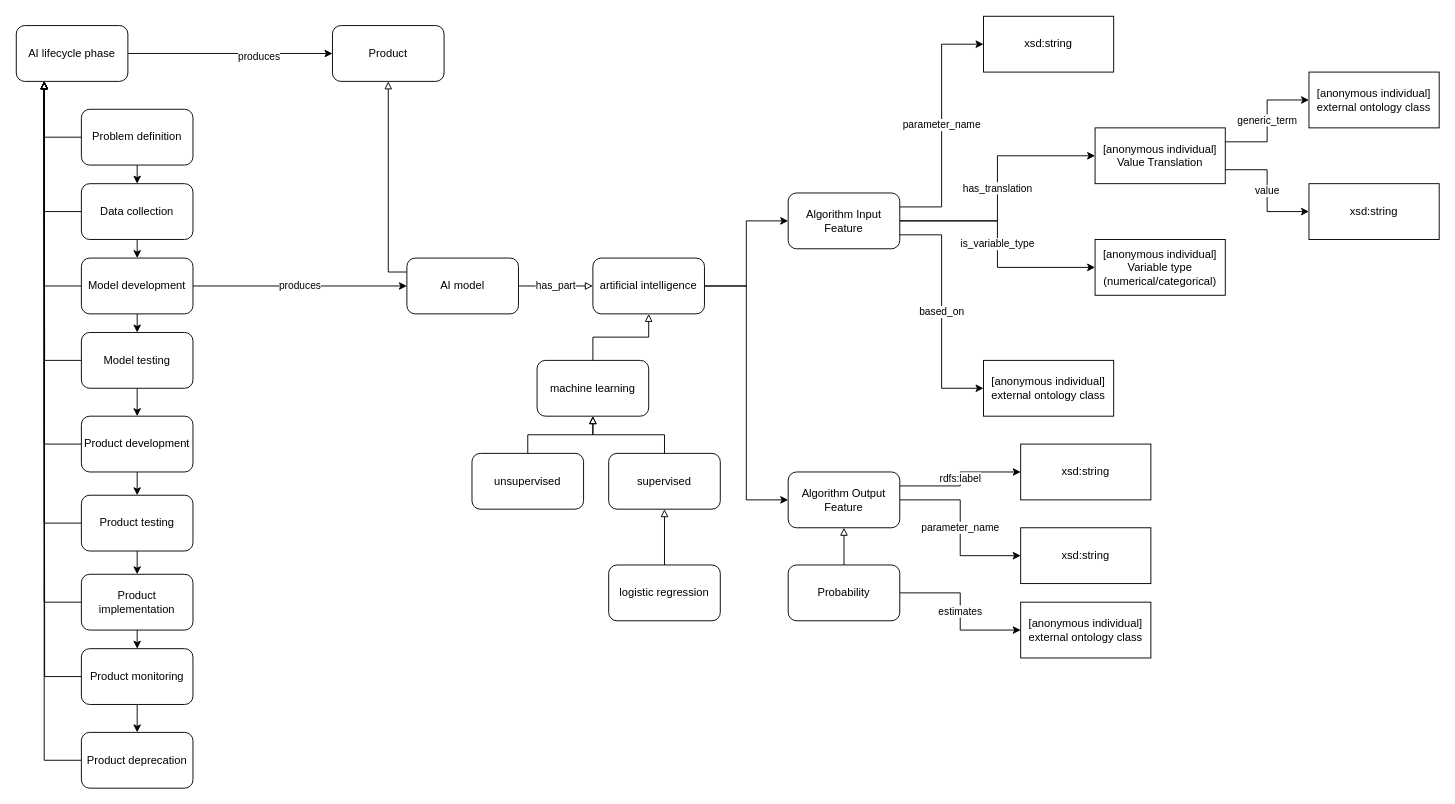
MaastrichtU-BISS/FAIRmodels keeps this draw.io diagram as vocabulary/visualisation.drawio. Above is the earlier version. Source tidied: cells renumbered, new cells numbered last; positions are measured from the earlier drawing's top-left corner, leaving out a move shared by most shapes. Both pictures are drawn from the tidied source at 93%, with x=0, y=0 at pixel (16, 16).
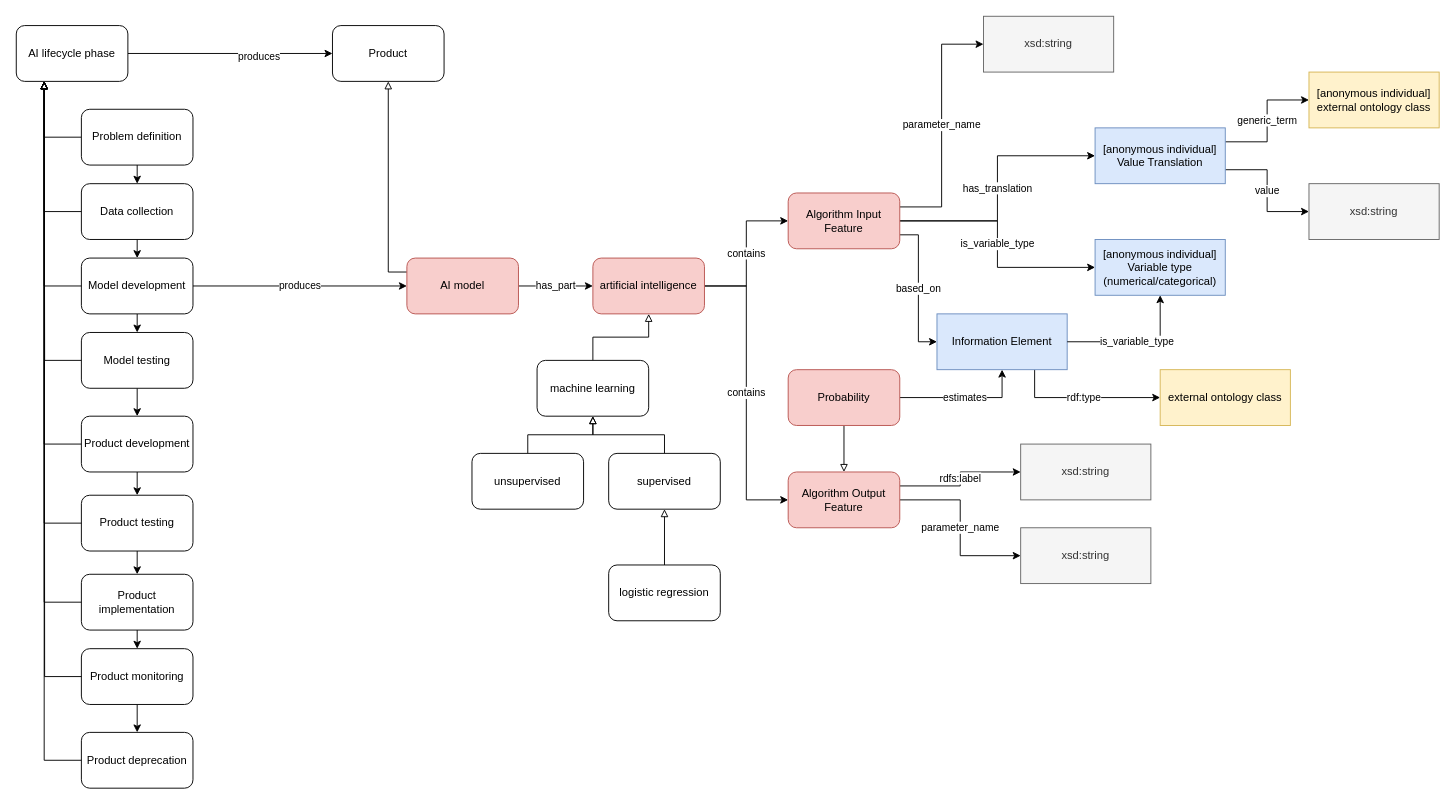
Above is the later version.

The edit, as a diff of the source:
```diff
@@
-    <mxCell id="34" value="has_part" style="edgeStyle=orthogonalEdgeStyle;rounded=0;jettySize=auto;html=1;exitX=1;exitY=0.5;exitDx=0;exitDy=0;entryX=0;entryY=0.5;entryDx=0;entryDy=0;endArrow=block;endFill=0;" parent="1" edge="1" source="35" target="38">
+    <mxCell id="34" value="has_part" style="edgeStyle=orthogonalEdgeStyle;rounded=0;jettySize=auto;html=1;exitX=1;exitY=0.5;exitDx=0;exitDy=0;entryX=0;entryY=0.5;entryDx=0;entryDy=0;endArrow=classic;endFill=1;" parent="1" edge="1" source="35" target="38">
       <mxGeometry relative="1" as="geometry" />
     </mxCell>
-    <mxCell id="35" value="AI model" style="rounded=1;whiteSpace=wrap;html=1;" parent="1" vertex="1">
+    <mxCell id="35" value="AI model" style="rounded=1;whiteSpace=wrap;html=1;fillColor=#f8cecc;strokeColor=#b85450;" parent="1" vertex="1">
       <mxGeometry x="420" y="260" width="120" height="60" as="geometry" />
     </mxCell>
-    <mxCell id="36" style="edgeStyle=orthogonalEdgeStyle;rounded=0;jettySize=auto;html=1;exitX=1;exitY=0.5;exitDx=0;exitDy=0;entryX=0;entryY=0.5;entryDx=0;entryDy=0;endArrow=classic;endFill=1;" parent="1" edge="1" source="38" target="43">
+    <mxCell id="36" value="contains" style="edgeStyle=orthogonalEdgeStyle;rounded=0;jettySize=auto;html=1;exitX=1;exitY=0.5;exitDx=0;exitDy=0;entryX=0;entryY=0.5;entryDx=0;entryDy=0;endArrow=classic;endFill=1;" parent="1" edge="1" source="38" target="43">
       <mxGeometry relative="1" as="geometry" />
     </mxCell>
-    <mxCell id="37" style="edgeStyle=orthogonalEdgeStyle;rounded=0;jettySize=auto;html=1;exitX=1;exitY=0.5;exitDx=0;exitDy=0;entryX=0;entryY=0.5;entryDx=0;entryDy=0;endArrow=classic;endFill=1;" parent="1" edge="1" source="38" target="46">
+    <mxCell id="37" value="contains" style="edgeStyle=orthogonalEdgeStyle;rounded=0;jettySize=auto;html=1;exitX=1;exitY=0.5;exitDx=0;exitDy=0;entryX=0;entryY=0.5;entryDx=0;entryDy=0;endArrow=classic;endFill=1;" parent="1" edge="1" source="38" target="46">
       <mxGeometry relative="1" as="geometry" />
     </mxCell>
-    <mxCell id="38" value="artificial intelligence" style="rounded=1;whiteSpace=wrap;html=1;" parent="1" vertex="1">
+    <mxCell id="38" value="artificial intelligence" style="rounded=1;whiteSpace=wrap;html=1;fillColor=#f8cecc;strokeColor=#b85450;" parent="1" vertex="1">
       <mxGeometry x="620" y="260" width="120" height="60" as="geometry" />
     </mxCell>
@@
-    <mxCell id="43" value="Algorithm Input Feature" style="rounded=1;whiteSpace=wrap;html=1;" parent="1" vertex="1">
+    <mxCell id="43" value="Algorithm Input Feature" style="rounded=1;whiteSpace=wrap;html=1;fillColor=#f8cecc;strokeColor=#b85450;" parent="1" vertex="1">
       <mxGeometry x="830" y="190" width="120" height="60" as="geometry" />
     </mxCell>
@@
-    <mxCell id="46" value="Algorithm Output Feature" style="rounded=1;whiteSpace=wrap;html=1;" parent="1" vertex="1">
+    <mxCell id="46" value="Algorithm Output Feature" style="rounded=1;whiteSpace=wrap;html=1;fillColor=#f8cecc;strokeColor=#b85450;" parent="1" vertex="1">
       <mxGeometry x="830" y="490" width="120" height="60" as="geometry" />
     </mxCell>
+    <mxCell id="69" value="rdf:type" style="edgeStyle=orthogonalEdgeStyle;rounded=0;jettySize=auto;html=1;exitX=0.75;exitY=1;exitDx=0;exitDy=0;entryX=0;entryY=0.5;entryDx=0;entryDy=0;" parent="1" edge="1" source="47" target="71">
+      <mxGeometry relative="1" as="geometry" />
+    </mxCell>
-    <mxCell id="47" value="[anonymous individual]&lt;br&gt;external ontology class" style="rounded=0;whiteSpace=wrap;html=1;" parent="1" vertex="1">
-      <mxGeometry x="1040" y="370" width="140" height="60" as="geometry" />
+    <mxCell id="47" value="Information Element" style="rounded=0;whiteSpace=wrap;html=1;fillColor=#dae8fc;strokeColor=#6c8ebf;" parent="1" vertex="1">
+      <mxGeometry x="990" y="320" width="140" height="60" as="geometry" />
     </mxCell>
-    <mxCell id="48" value="[anonymous individual]&lt;br&gt;Variable type&lt;br&gt;(numerical/categorical)" style="rounded=0;whiteSpace=wrap;html=1;" parent="1" vertex="1">
+    <mxCell id="48" value="[anonymous individual]&lt;br&gt;Variable type&lt;br&gt;(numerical/categorical)" style="rounded=0;whiteSpace=wrap;html=1;fillColor=#dae8fc;strokeColor=#6c8ebf;" parent="1" vertex="1">
       <mxGeometry x="1160" y="240" width="140" height="60" as="geometry" />
     </mxCell>
-    <mxCell id="49" value="xsd:string" style="rounded=0;whiteSpace=wrap;html=1;" parent="1" vertex="1">
+    <mxCell id="49" value="xsd:string" style="rounded=0;whiteSpace=wrap;html=1;fillColor=#f5f5f5;fontColor=#333333;strokeColor=#666666;" parent="1" vertex="1">
       <mxGeometry x="1040" width="140" height="60" as="geometry" />
     </mxCell>
@@
-    <mxCell id="52" value="[anonymous individual]&lt;br&gt;Value Translation" style="rounded=0;whiteSpace=wrap;html=1;" parent="1" vertex="1">
+    <mxCell id="52" value="[anonymous individual]&lt;br&gt;Value Translation" style="rounded=0;whiteSpace=wrap;html=1;fillColor=#dae8fc;strokeColor=#6c8ebf;" parent="1" vertex="1">
       <mxGeometry x="1160" y="120" width="140" height="60" as="geometry" />
     </mxCell>
-    <mxCell id="53" value="[anonymous individual]&lt;br&gt;external ontology class" style="whiteSpace=wrap;html=1;rounded=0;" parent="1" vertex="1">
+    <mxCell id="53" value="[anonymous individual]&lt;br&gt;external ontology class" style="whiteSpace=wrap;html=1;rounded=0;fillColor=#fff2cc;strokeColor=#d6b656;" parent="1" vertex="1">
       <mxGeometry x="1390" y="60" width="140" height="60" as="geometry" />
     </mxCell>
-    <mxCell id="54" value="xsd:string" style="rounded=0;whiteSpace=wrap;html=1;" parent="1" vertex="1">
+    <mxCell id="54" value="xsd:string" style="rounded=0;whiteSpace=wrap;html=1;fillColor=#f5f5f5;fontColor=#333333;strokeColor=#666666;" parent="1" vertex="1">
       <mxGeometry x="1390" y="180" width="140" height="60" as="geometry" />
     </mxCell>
-    <mxCell id="55" value="xsd:string" style="rounded=0;whiteSpace=wrap;html=1;" parent="1" vertex="1">
+    <mxCell id="55" value="xsd:string" style="rounded=0;whiteSpace=wrap;html=1;fillColor=#f5f5f5;fontColor=#333333;strokeColor=#666666;" parent="1" vertex="1">
       <mxGeometry x="1080" y="460" width="140" height="60" as="geometry" />
     </mxCell>
-    <mxCell id="56" value="xsd:string" style="rounded=0;whiteSpace=wrap;html=1;" parent="1" vertex="1">
+    <mxCell id="56" value="xsd:string" style="rounded=0;whiteSpace=wrap;html=1;fillColor=#f5f5f5;fontColor=#333333;strokeColor=#666666;" parent="1" vertex="1">
       <mxGeometry x="1080" y="550" width="140" height="60" as="geometry" />
     </mxCell>
-    <mxCell id="57" value="[anonymous individual]&lt;br&gt;external ontology class" style="rounded=0;whiteSpace=wrap;html=1;" parent="1" vertex="1">
-      <mxGeometry x="1080" y="630" width="140" height="60" as="geometry" />
-    </mxCell>
-    <mxCell id="58" style="edgeStyle=orthogonalEdgeStyle;rounded=0;jettySize=auto;html=1;exitX=0.5;exitY=0;exitDx=0;exitDy=0;entryX=0.5;entryY=1;entryDx=0;entryDy=0;endArrow=block;endFill=0;" parent="1" edge="1" source="60" target="46">
+    <mxCell id="58" style="edgeStyle=orthogonalEdgeStyle;rounded=0;jettySize=auto;html=1;exitX=0.5;exitY=1;exitDx=0;exitDy=0;entryX=0.5;entryY=0;entryDx=0;entryDy=0;endArrow=block;endFill=0;" parent="1" edge="1" source="60" target="46">
       <mxGeometry relative="1" as="geometry" />
     </mxCell>
-    <mxCell id="59" value="estimates" style="edgeStyle=orthogonalEdgeStyle;rounded=0;jettySize=auto;html=1;exitX=1;exitY=0.5;exitDx=0;exitDy=0;entryX=0;entryY=0.5;entryDx=0;entryDy=0;" parent="1" edge="1" source="60" target="57">
+    <mxCell id="59" value="estimates" style="edgeStyle=orthogonalEdgeStyle;rounded=0;jettySize=auto;html=1;exitX=1;exitY=0.5;exitDx=0;exitDy=0;entryX=0.5;entryY=1;entryDx=0;entryDy=0;" parent="1" edge="1" source="60" target="47">
       <mxGeometry relative="1" as="geometry" />
     </mxCell>
-    <mxCell id="60" value="Probability" style="rounded=1;whiteSpace=wrap;html=1;" parent="1" vertex="1">
-      <mxGeometry x="830" y="590" width="120" height="60" as="geometry" />
+    <mxCell id="60" value="Probability" style="rounded=1;whiteSpace=wrap;html=1;fillColor=#f8cecc;strokeColor=#b85450;" parent="1" vertex="1">
+      <mxGeometry x="830" y="380" width="120" height="60" as="geometry" />
     </mxCell>
@@
+    <mxCell id="70" value="is_variable_type" style="edgeStyle=orthogonalEdgeStyle;rounded=0;jettySize=auto;html=1;exitX=1;exitY=0.5;exitDx=0;exitDy=0;entryX=0.5;entryY=1;entryDx=0;entryDy=0;endArrow=classic;endFill=1;" parent="1" edge="1" source="47" target="48">
+      <mxGeometry relative="1" as="geometry" />
+    </mxCell>
+    <mxCell id="71" value="external ontology class" style="rounded=0;whiteSpace=wrap;html=1;fillColor=#fff2cc;strokeColor=#d6b656;" parent="1" vertex="1">
+      <mxGeometry x="1230" y="380" width="140" height="60" as="geometry" />
+    </mxCell>
```
